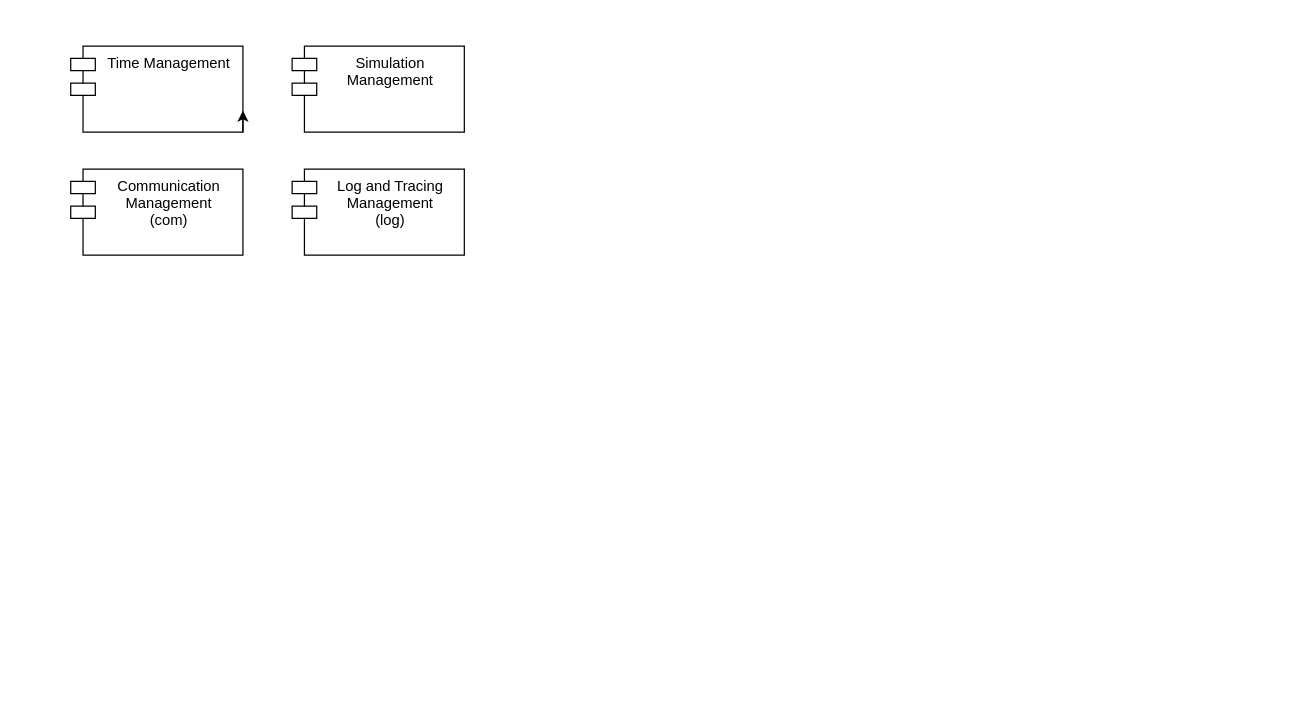
ugurmelih/ugurmelihsurme keeps this draw.io diagram as page "Page-2" (2 of 2) of Untitled Diagram.drawio. Above is the earlier version. Source tidied: cells renumbered, new cells numbered last; positions are measured from the earlier drawing's top-left corner, leaving out a move shared by most shapes. Both pictures are drawn from the tidied source at 123%, with x=0, y=0 at pixel (70, 46).
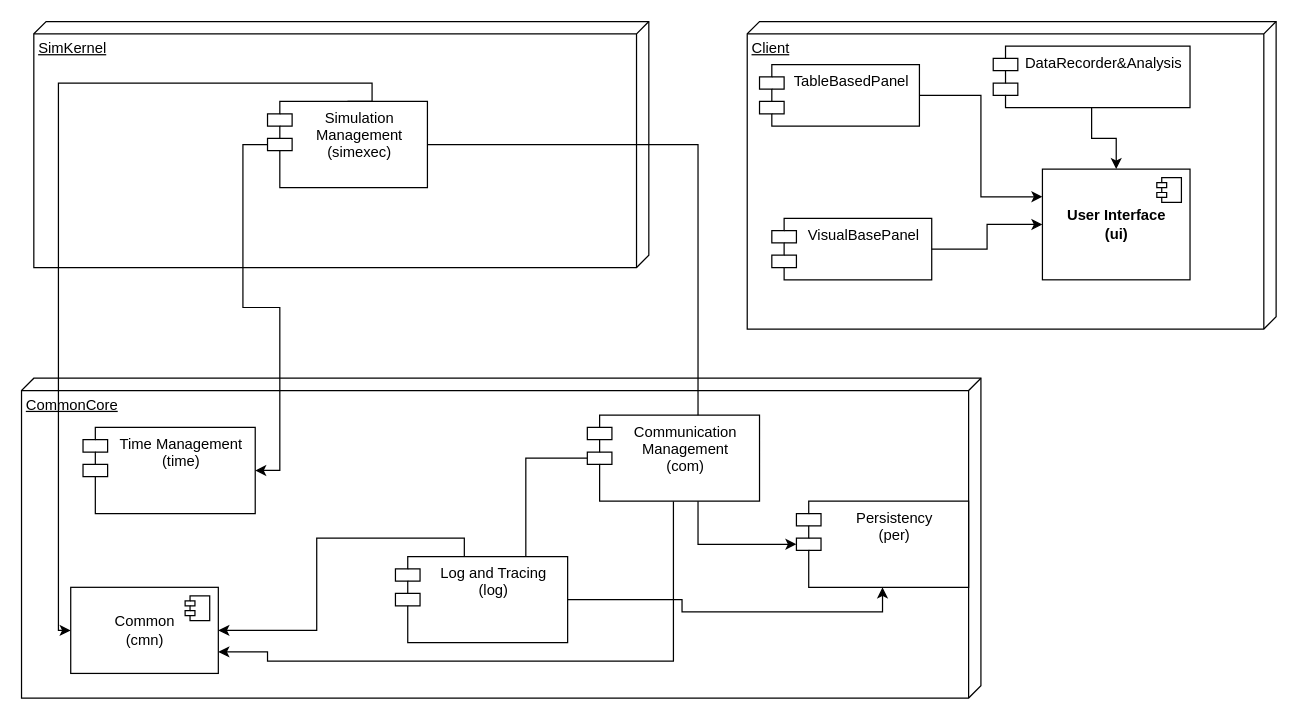
The same diagram, later.

The edit, as a diff of the source:
```diff
@@
+    <mxCell id="7" value="&lt;div&gt;Client&lt;/div&gt;" style="verticalAlign=top;align=left;spacingTop=8;spacingLeft=2;spacingRight=12;shape=cube;size=10;direction=south;fontStyle=4;html=1;" parent="1" vertex="1">
+      <mxGeometry x="550" y="-20" width="430" height="250" as="geometry" />
+    </mxCell>
+    <mxCell id="8" value="SimKernel" style="verticalAlign=top;align=left;spacingTop=8;spacingLeft=2;spacingRight=12;shape=cube;size=10;direction=south;fontStyle=4;html=1;" parent="1" vertex="1">
+      <mxGeometry x="-30" y="-20" width="500" height="200" as="geometry" />
+    </mxCell>
+    <mxCell id="9" value="CommonCore" style="verticalAlign=top;align=left;spacingTop=8;spacingLeft=2;spacingRight=12;shape=cube;size=10;direction=south;fontStyle=4;html=1;" parent="1" vertex="1">
+      <mxGeometry x="-40" y="270" width="780" height="260" as="geometry" />
+    </mxCell>
-    <mxCell id="2" value="Time Management" style="shape=module;align=left;spacingLeft=20;align=center;verticalAlign=top;" parent="1" vertex="1">
-      <mxGeometry width="140" height="70" as="geometry" />
+    <mxCell id="2" value="Time Management&#10;(time)&#10;" style="shape=module;align=left;spacingLeft=20;align=center;verticalAlign=top;" parent="1" vertex="1">
+      <mxGeometry x="10" y="310" width="140" height="70" as="geometry" />
     </mxCell>
-    <mxCell id="3" style="edgeStyle=orthogonalEdgeStyle;rounded=0;orthogonalLoop=1;jettySize=auto;html=1;exitX=1;exitY=1;exitDx=0;exitDy=0;entryX=1;entryY=0.75;entryDx=0;entryDy=0;" parent="1" edge="1" source="2" target="2">
-      <mxGeometry relative="1" as="geometry" />
-    </mxCell>
+    <mxCell id="10" style="edgeStyle=orthogonalEdgeStyle;rounded=0;jettySize=auto;html=1;exitX=0;exitY=0;exitDx=0;exitDy=35;exitPerimeter=0;entryX=1;entryY=0.5;entryDx=0;entryDy=0;" parent="1" edge="1" source="4" target="2">
+      <mxGeometry relative="1" as="geometry" />
+    </mxCell>
+    <mxCell id="11" style="edgeStyle=orthogonalEdgeStyle;rounded=0;jettySize=auto;html=1;" parent="1" edge="1" source="4" target="17">
+      <mxGeometry relative="1" as="geometry">
+        <Array as="points">
+          <mxPoint x="510" y="80" />
+          <mxPoint x="510" y="405" />
+        </Array>
+      </mxGeometry>
+    </mxCell>
+    <mxCell id="12" style="edgeStyle=orthogonalEdgeStyle;rounded=0;jettySize=auto;html=1;exitX=0.5;exitY=0;exitDx=0;exitDy=0;" parent="1" edge="1" source="4" target="18">
+      <mxGeometry relative="1" as="geometry">
+        <Array as="points">
+          <mxPoint x="245" y="45" />
+          <mxPoint x="245" y="30" />
+          <mxPoint x="-10" y="30" />
+          <mxPoint x="-10" y="475" />
+        </Array>
+      </mxGeometry>
+    </mxCell>
-    <mxCell id="4" value="Simulation &#10;Management&#10;" style="shape=module;align=left;spacingLeft=20;align=center;verticalAlign=top;" parent="1" vertex="1">
-      <mxGeometry x="180" width="140" height="70" as="geometry" />
+    <mxCell id="4" value="Simulation &#10;Management&#10;(simexec)" style="shape=module;align=left;spacingLeft=20;align=center;verticalAlign=top;" parent="1" vertex="1">
+      <mxGeometry x="160" y="45" width="130" height="70" as="geometry" />
     </mxCell>
+    <mxCell id="13" style="edgeStyle=orthogonalEdgeStyle;rounded=0;jettySize=auto;html=1;entryX=1;entryY=0.75;entryDx=0;entryDy=0;" parent="1" edge="1" source="5" target="18">
+      <mxGeometry relative="1" as="geometry">
+        <Array as="points">
+          <mxPoint x="490" y="500" />
+          <mxPoint x="160" y="500" />
+          <mxPoint x="160" y="493" />
+        </Array>
+      </mxGeometry>
+    </mxCell>
+    <mxCell id="14" style="edgeStyle=orthogonalEdgeStyle;rounded=0;jettySize=auto;html=1;entryX=0;entryY=0.75;entryDx=10;entryDy=0;entryPerimeter=0;" parent="1" edge="1" source="5" target="6">
+      <mxGeometry relative="1" as="geometry">
+        <Array as="points">
+          <mxPoint x="370" y="335" />
+          <mxPoint x="370" y="468" />
+        </Array>
+      </mxGeometry>
+    </mxCell>
     <mxCell id="5" value="Communication&#10; Management&#10;(com)&#10;" style="shape=module;align=left;spacingLeft=20;align=center;verticalAlign=top;" parent="1" vertex="1">
-      <mxGeometry y="100" width="140" height="70" as="geometry" />
+      <mxGeometry x="420" y="300" width="140" height="70" as="geometry" />
     </mxCell>
+    <mxCell id="15" style="edgeStyle=orthogonalEdgeStyle;rounded=0;jettySize=auto;html=1;" parent="1" edge="1" source="6" target="18">
+      <mxGeometry relative="1" as="geometry">
+        <Array as="points">
+          <mxPoint x="320" y="400" />
+          <mxPoint x="200" y="400" />
+          <mxPoint x="200" y="475" />
+        </Array>
+      </mxGeometry>
+    </mxCell>
+    <mxCell id="16" style="edgeStyle=orthogonalEdgeStyle;rounded=0;jettySize=auto;html=1;entryX=0.5;entryY=1;entryDx=0;entryDy=0;" parent="1" edge="1" source="6" target="17">
+      <mxGeometry relative="1" as="geometry" />
+    </mxCell>
-    <mxCell id="6" value="Log and Tracing&#10;Management &#10;(log)" style="shape=module;align=left;spacingLeft=20;align=center;verticalAlign=top;" parent="1" vertex="1">
-      <mxGeometry x="180" y="100" width="140" height="70" as="geometry" />
+    <mxCell id="6" value="Log and Tracing&#10;(log)" style="shape=module;align=left;spacingLeft=20;align=center;verticalAlign=top;" parent="1" vertex="1">
+      <mxGeometry x="264" y="415" width="140" height="70" as="geometry" />
     </mxCell>
+    <mxCell id="17" value="Persistency&#10;(per)&#10;&#10;" style="shape=module;align=left;spacingLeft=20;align=center;verticalAlign=top;" parent="1" vertex="1">
+      <mxGeometry x="590" y="370" width="140" height="70" as="geometry" />
+    </mxCell>
+    <mxCell id="18" value="&lt;div&gt;Common&lt;/div&gt;&lt;div&gt;(cmn)&lt;br&gt;&lt;/div&gt;" style="html=1;" parent="1" vertex="1">
+      <mxGeometry y="440" width="120" height="70" as="geometry" />
+    </mxCell>
+    <mxCell id="19" style="shape=module;jettyWidth=8;jettyHeight=4;" parent="18" vertex="1">
+      <mxGeometry x="1" width="20" height="20" relative="1" as="geometry">
+        <mxPoint x="-27" y="7" as="offset" />
+      </mxGeometry>
+    </mxCell>
+    <mxCell id="20" value="&lt;b&gt;User Interface &lt;br&gt;&lt;/b&gt;&lt;div&gt;&lt;b&gt;(ui)&lt;br&gt;&lt;/b&gt;&lt;/div&gt;" style="html=1;" parent="1" vertex="1">
+      <mxGeometry x="790" y="100" width="120" height="90" as="geometry" />
+    </mxCell>
+    <mxCell id="21" style="shape=module;jettyWidth=8;jettyHeight=4;" parent="20" vertex="1">
+      <mxGeometry x="1" width="20" height="20" relative="1" as="geometry">
+        <mxPoint x="-27" y="7" as="offset" />
+      </mxGeometry>
+    </mxCell>
+    <mxCell id="22" style="edgeStyle=orthogonalEdgeStyle;rounded=0;jettySize=auto;html=1;entryX=0;entryY=0.25;entryDx=0;entryDy=0;" parent="1" edge="1" source="23" target="20">
+      <mxGeometry relative="1" as="geometry" />
+    </mxCell>
+    <mxCell id="23" value="TableBasedPanel" style="shape=module;align=left;spacingLeft=20;align=center;verticalAlign=top;" parent="1" vertex="1">
+      <mxGeometry x="560" y="15" width="130" height="50" as="geometry" />
+    </mxCell>
+    <mxCell id="24" style="edgeStyle=orthogonalEdgeStyle;rounded=0;jettySize=auto;html=1;" parent="1" edge="1" source="25" target="20">
+      <mxGeometry relative="1" as="geometry" />
+    </mxCell>
+    <mxCell id="25" value="DataRecorder&amp;Analysis" style="shape=module;align=left;spacingLeft=20;align=center;verticalAlign=top;" parent="1" vertex="1">
+      <mxGeometry x="750" width="160" height="50" as="geometry" />
+    </mxCell>
+    <mxCell id="26" style="edgeStyle=orthogonalEdgeStyle;rounded=0;jettySize=auto;html=1;" parent="1" edge="1" source="27" target="20">
+      <mxGeometry relative="1" as="geometry" />
+    </mxCell>
+    <mxCell id="27" value="VisualBasePanel" style="shape=module;align=left;spacingLeft=20;align=center;verticalAlign=top;" parent="1" vertex="1">
+      <mxGeometry x="570" y="140" width="130" height="50" as="geometry" />
+    </mxCell>
```
